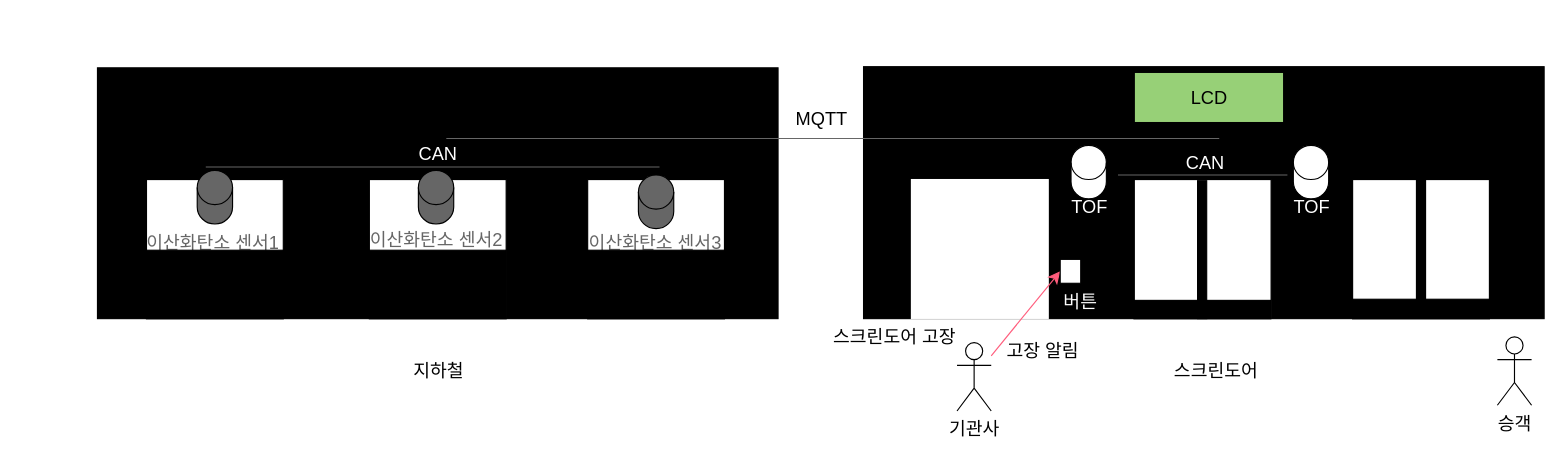
nasha430/nasha keeps this draw.io diagram as page "페이지-1" (1 of 2) of 파이널 프로젝트 지하철.drawio. Above is the earlier version. Source tidied: cells renumbered, new cells numbered last; positions are measured from the earlier drawing's top-left corner, leaving out a move shared by most shapes. Both pictures are drawn from the tidied source at 114%, with x=0, y=0 at pixel (97, 66).
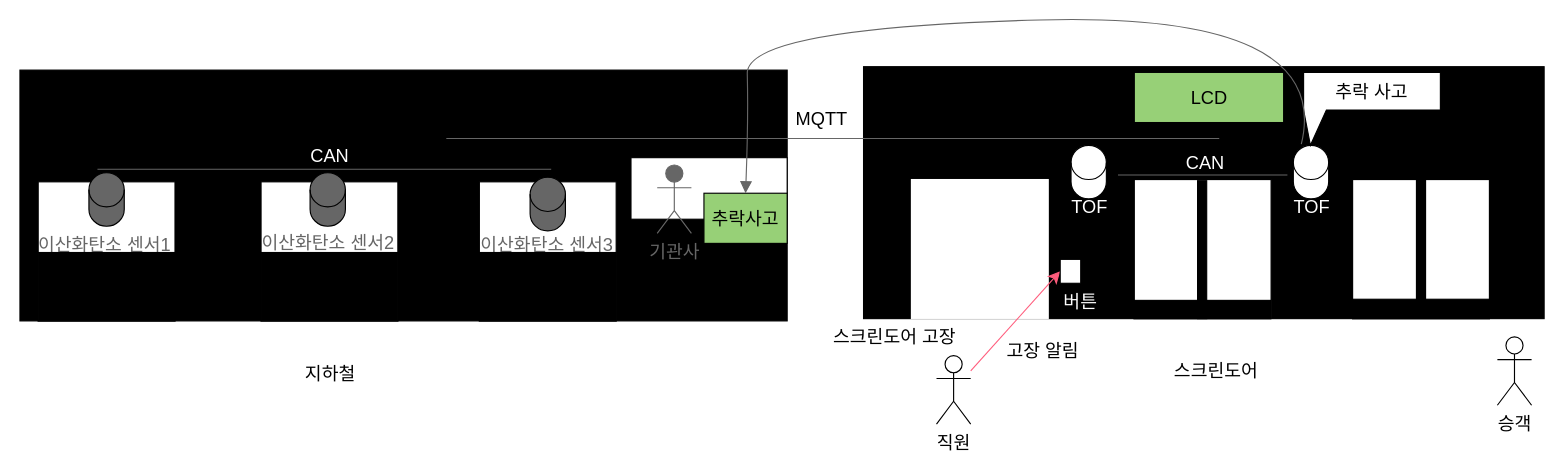
The same diagram, later.

Commit message (it also covers changes not shown here):
파이널 프로젝트 지하철.drawio 업데이트

Change to the diagram source:
```diff
@@
+    <mxCell id="13" style="whiteSpace=wrap;html=1;fontSize=16;fillColor=#000000;" parent="1" vertex="1">
+      <mxGeometry x="-68" y="3" width="673" height="220" as="geometry" />
+    </mxCell>
+    <mxCell id="43" style="rounded=0;whiteSpace=wrap;html=1;fontSize=16;" parent="1" vertex="1">
+      <mxGeometry x="468" y="79.8" width="137" height="54" as="geometry" />
+    </mxCell>
@@
-    <mxCell id="5" value="기관사" style="shape=umlActor;verticalLabelPosition=bottom;verticalAlign=top;html=1;outlineConnect=0;fontSize=16;" parent="1" vertex="1">
-      <mxGeometry x="754" y="242" width="30" height="60" as="geometry" />
+    <mxCell id="5" value="직원" style="shape=umlActor;verticalLabelPosition=bottom;verticalAlign=top;html=1;outlineConnect=0;fontSize=16;" parent="1" vertex="1">
+      <mxGeometry x="736" y="253.5" width="30" height="60" as="geometry" />
     </mxCell>
@@
-    <mxCell id="13" style="whiteSpace=wrap;html=1;fontSize=16;fillColor=#000000;" parent="1" vertex="1">
-      <mxGeometry y="1" width="597" height="220" as="geometry" />
-    </mxCell>
     <mxCell id="14" style="rounded=0;whiteSpace=wrap;html=1;fontSize=16;" parent="1" vertex="1">
-      <mxGeometry x="43" y="99" width="120" height="122" as="geometry" />
+      <mxGeometry x="-52" y="101" width="120" height="122" as="geometry" />
     </mxCell>
     <mxCell id="15" style="rounded=0;whiteSpace=wrap;html=1;fontSize=16;" parent="1" vertex="1">
-      <mxGeometry x="238.5" y="99" width="120" height="122" as="geometry" />
+      <mxGeometry x="143.5" y="101" width="120" height="122" as="geometry" />
     </mxCell>
     <mxCell id="16" style="rounded=0;whiteSpace=wrap;html=1;fontSize=16;" parent="1" vertex="1">
-      <mxGeometry x="430" y="99" width="120" height="122" as="geometry" />
+      <mxGeometry x="335" y="101" width="120" height="122" as="geometry" />
     </mxCell>
     <mxCell id="17" style="shape=cylinder3;whiteSpace=wrap;html=1;boundedLbl=1;backgroundOutline=1;size=15;fontSize=16;fillColor=#666666;" parent="1" vertex="1">
-      <mxGeometry x="87.5" y="91" width="31" height="47" as="geometry" />
+      <mxGeometry x="-7.5" y="93" width="31" height="47" as="geometry" />
     </mxCell>
     <mxCell id="18" style="shape=cylinder3;whiteSpace=wrap;html=1;boundedLbl=1;backgroundOutline=1;size=15;fontSize=16;fillColor=#666666;" parent="1" vertex="1">
-      <mxGeometry x="281.5" y="91" width="31" height="47" as="geometry" />
+      <mxGeometry x="186.5" y="93" width="31" height="47" as="geometry" />
     </mxCell>
     <mxCell id="19" style="endArrow=none;html=1;rounded=0;fontSize=12;startSize=8;endSize=8;curved=1;strokeColor=#666666;" parent="1" edge="1">
       <mxGeometry relative="1" as="geometry">
-        <mxPoint x="95" y="88" as="sourcePoint" />
-        <mxPoint x="493" y="88" as="targetPoint" />
+        <mxPoint y="90" as="sourcePoint" />
+        <mxPoint x="398" y="90" as="targetPoint" />
       </mxGeometry>
     </mxCell>
     <mxCell id="20" value="&lt;font color=&quot;#ffffff&quot;&gt;CAN&lt;/font&gt;" style="text;html=1;strokeColor=none;fillColor=none;align=center;verticalAlign=middle;whiteSpace=wrap;rounded=0;fontSize=16;" parent="1" vertex="1">
-      <mxGeometry x="268.5" y="61" width="60" height="30" as="geometry" />
+      <mxGeometry x="173.5" y="63" width="60" height="30" as="geometry" />
     </mxCell>
     <mxCell id="21" style="shape=cylinder3;whiteSpace=wrap;html=1;boundedLbl=1;backgroundOutline=1;size=15;fontSize=16;fillColor=#666666;" parent="1" vertex="1">
-      <mxGeometry x="474.5" y="95" width="31" height="47" as="geometry" />
+      <mxGeometry x="379.5" y="97" width="31" height="47" as="geometry" />
     </mxCell>
     <mxCell id="22" value="&lt;font color=&quot;#666666&quot;&gt;이산화탄소 센서1&lt;/font&gt;" style="text;html=1;align=center;verticalAlign=middle;strokeColor=none;fillColor=none;fontSize=16;" parent="1" vertex="1">
-      <mxGeometry x="29" y="138" width="143" height="31" as="geometry" />
+      <mxGeometry x="-66" y="140" width="143" height="31" as="geometry" />
     </mxCell>
     <mxCell id="23" value="&lt;font color=&quot;#666666&quot;&gt;이산화탄소 센서2&lt;/font&gt;" style="text;html=1;align=center;verticalAlign=middle;strokeColor=none;fillColor=none;fontSize=16;" parent="1" vertex="1">
-      <mxGeometry x="225.5" y="136" width="143" height="31" as="geometry" />
+      <mxGeometry x="130.5" y="138" width="143" height="31" as="geometry" />
     </mxCell>
     <mxCell id="24" value="&lt;font color=&quot;#666666&quot;&gt;이산화탄소 센서3&lt;/font&gt;" style="text;html=1;align=center;verticalAlign=middle;strokeColor=none;fillColor=none;fontSize=16;" parent="1" vertex="1">
-      <mxGeometry x="417" y="138" width="143" height="31" as="geometry" />
+      <mxGeometry x="322" y="140" width="143" height="31" as="geometry" />
     </mxCell>
@@
     <mxCell id="27" value="지하철" style="text;html=1;align=center;verticalAlign=middle;strokeColor=none;fillColor=none;fontSize=16;" parent="1" vertex="1">
-      <mxGeometry x="265.5" y="251.5" width="66" height="31" as="geometry" />
+      <mxGeometry x="170.5" y="253.5" width="66" height="31" as="geometry" />
     </mxCell>
@@
     <mxCell id="32" style="rounded=0;whiteSpace=wrap;html=1;fontSize=16;fillColor=#000000;" parent="1" vertex="1">
-      <mxGeometry x="430" y="161" width="120" height="60" as="geometry" />
+      <mxGeometry x="335" y="163" width="120" height="60" as="geometry" />
     </mxCell>
     <mxCell id="33" style="rounded=0;whiteSpace=wrap;html=1;fontSize=16;fillColor=#000000;" parent="1" vertex="1">
-      <mxGeometry x="238.5" y="161" width="120" height="60" as="geometry" />
+      <mxGeometry x="143.5" y="163" width="120" height="60" as="geometry" />
     </mxCell>
     <mxCell id="34" style="rounded=0;whiteSpace=wrap;html=1;fontSize=16;fillColor=#000000;" parent="1" vertex="1">
-      <mxGeometry x="43" y="161" width="120" height="60" as="geometry" />
+      <mxGeometry x="-52" y="163" width="120" height="60" as="geometry" />
     </mxCell>
@@
+    <mxCell id="44" value="추락 사고" style="shape=callout;whiteSpace=wrap;html=1;perimeter=calloutPerimeter;fontSize=16;size=31;position=0;position2=0.05;" parent="1" vertex="1">
+      <mxGeometry x="1058" y="5" width="120" height="64" as="geometry" />
+    </mxCell>
+    <mxCell id="45" value="&lt;font color=&quot;#666666&quot;&gt;기관사&lt;/font&gt;" style="shape=umlActor;verticalLabelPosition=bottom;verticalAlign=top;html=1;fontSize=16;fillColor=#666666;strokeColor=#666666;" parent="1" vertex="1">
+      <mxGeometry x="491" y="86.2" width="30" height="60" as="geometry" />
+    </mxCell>
+    <mxCell id="46" value="추락사고" style="whiteSpace=wrap;html=1;fontSize=16;fillColor=#97D077;" parent="1" vertex="1">
+      <mxGeometry x="532" y="111" width="73" height="44" as="geometry" />
+    </mxCell>
+    <mxCell id="47" style="curved=1;endArrow=none;html=1;rounded=0;fontSize=12;startSize=8;endSize=8;exitX=0.5;exitY=0;exitDx=0;exitDy=0;endFill=0;startArrow=block;startFill=1;strokeColor=#666666;" parent="1" edge="1" source="46">
+      <mxGeometry relative="1" as="geometry">
+        <mxPoint x="1056" y="68" as="targetPoint" />
+        <Array as="points">
+          <mxPoint x="571" y="46" />
+          <mxPoint x="569" y="-34" />
+          <mxPoint x="1084" y="-48" />
+        </Array>
+      </mxGeometry>
+    </mxCell>
```
